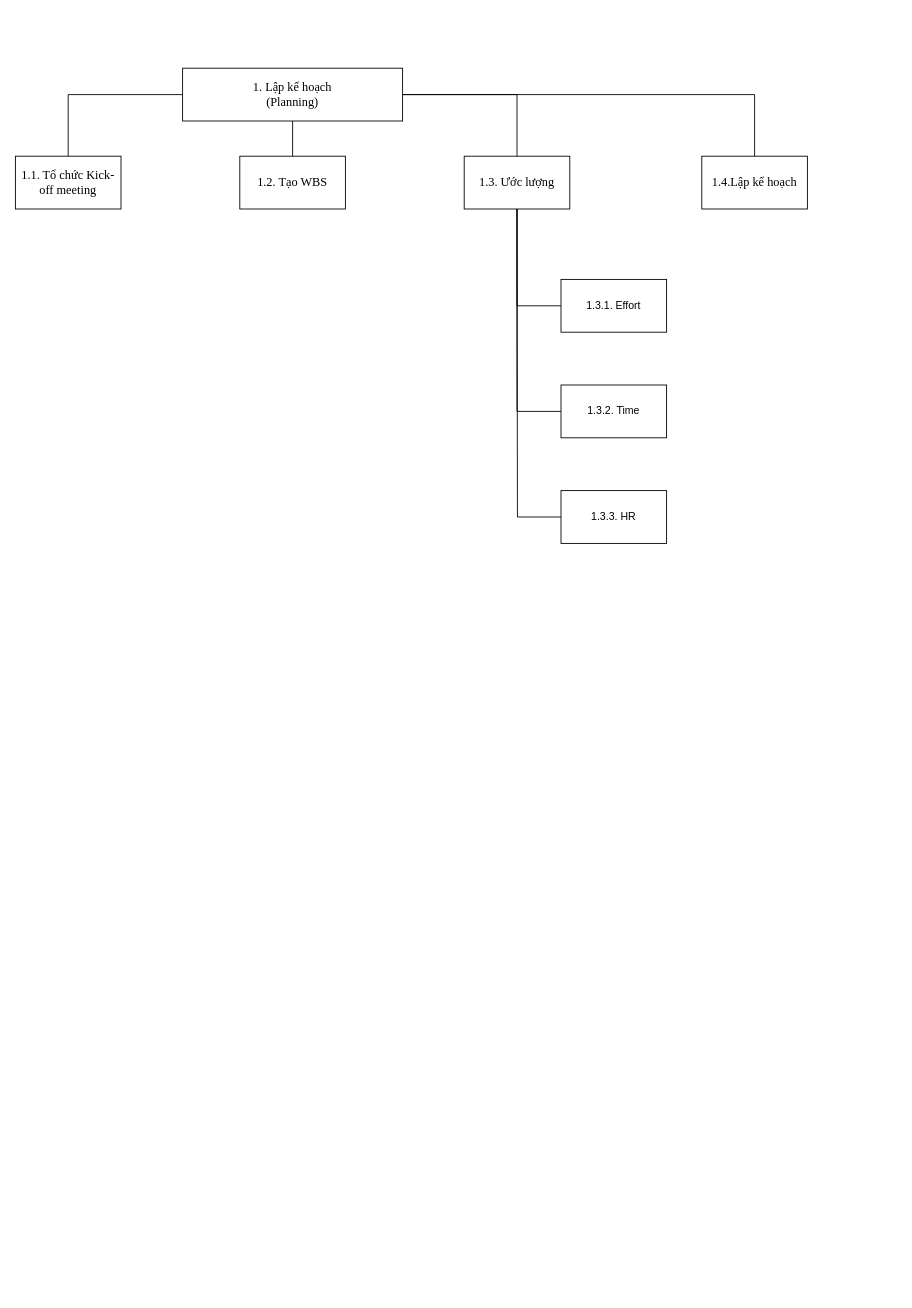
Before: page "Planning" (1 of 6) of WBS Library Official.drawio in MinhNgoc61021/PM, a draw.io diagram. Source tidied: cells renumbered, new cells numbered last; positions are measured from the earlier drawing's top-left corner, leaving out a move shared by most shapes. Both pictures are drawn from the tidied source at 88%, with x=0, y=0 at pixel (15, 68).
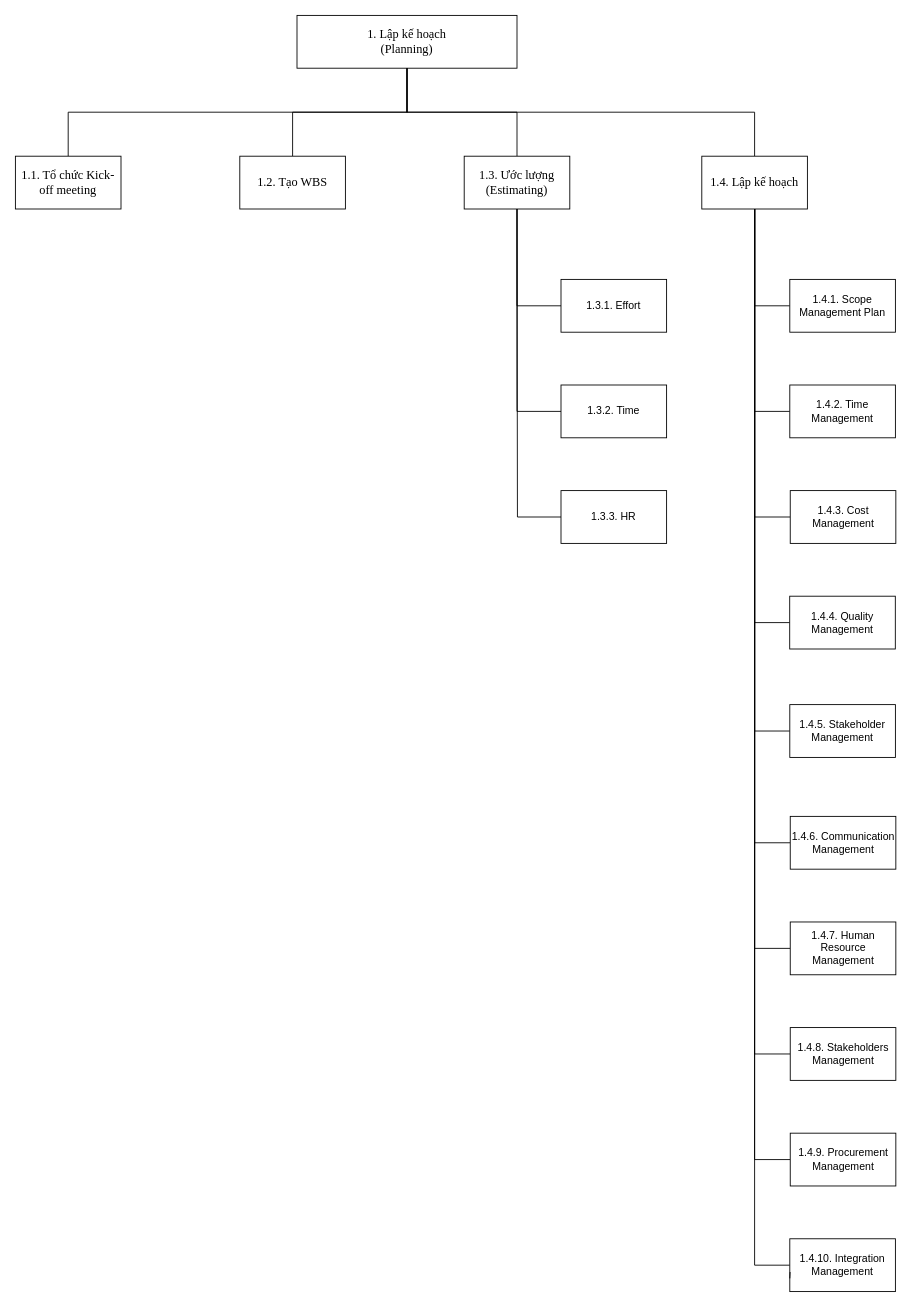
Above is the later version.

Unchanged cells that the change refers to:
```xml
<mxCell id="4" value="1.1. Tổ chức Kick-off meeting" style="rounded=0;whiteSpace=wrap;html=1;fontFamily=Times New Roman;fontSize=14;fontStyle=0;fontColor=#000000;" parent="1" vertex="1">
  <mxGeometry y="100" width="120" height="60" as="geometry" />
</mxCell>
<mxCell id="7" value="1.2. Tạo WBS" style="rounded=0;whiteSpace=wrap;html=1;fontFamily=Times New Roman;fontSize=14;fontStyle=0;fontColor=#000000;" parent="1" vertex="1">
  <mxGeometry x="255" y="100" width="120" height="60" as="geometry" />
</mxCell>
```

Diff of the diagram source:
```diff
@@
     <mxCell id="2" value="1. Lập kế hoạch&lt;br style=&quot;font-size: 14px&quot;&gt;(Planning)" style="rounded=0;whiteSpace=wrap;html=1;fontFamily=Times New Roman;fontSize=14;fontStyle=0;fontColor=#000000;" parent="1" vertex="1">
-      <mxGeometry x="190" width="250" height="60" as="geometry" />
+      <mxGeometry x="320" y="-60" width="250" height="60" as="geometry" />
     </mxCell>
-    <mxCell id="3" style="endArrow=none;html=1;entryX=0;entryY=0.5;entryDx=0;entryDy=0;exitX=0.5;exitY=0;exitDx=0;exitDy=0;rounded=0;fontFamily=Times New Roman;fontSize=14;fontStyle=0;fontColor=#000000;" parent="1" edge="1" source="4" target="2">
-      <mxGeometry relative="1" as="geometry">
-        <Array as="points">
-          <mxPoint x="60" y="30" />
-        </Array>
-      </mxGeometry>
+    <mxCell id="3" style="edgeStyle=orthogonalEdgeStyle;rounded=0;jettySize=auto;html=1;exitX=0.5;exitY=0;exitDx=0;exitDy=0;entryX=0.5;entryY=1;entryDx=0;entryDy=0;endArrow=none;endFill=0;" parent="1" edge="1" source="4" target="2">
+      <mxGeometry relative="1" as="geometry" />
     </mxCell>
@@
+    <mxCell id="6" style="edgeStyle=orthogonalEdgeStyle;rounded=0;jettySize=auto;html=1;exitX=0.5;exitY=0;exitDx=0;exitDy=0;endArrow=none;endFill=0;entryX=0.5;entryY=1;entryDx=0;entryDy=0;" parent="1" edge="1" source="5" target="2">
+      <mxGeometry relative="1" as="geometry" />
+    </mxCell>
-    <mxCell id="5" value="1.3. Ước lượng" style="rounded=0;whiteSpace=wrap;html=1;fontFamily=Times New Roman;fontSize=14;fontStyle=0;fontColor=#000000;" parent="1" vertex="1">
+    <mxCell id="5" value="1.3. Ước lượng&lt;br&gt;(Estimating)" style="rounded=0;whiteSpace=wrap;html=1;fontFamily=Times New Roman;fontSize=14;fontStyle=0;fontColor=#000000;" parent="1" vertex="1">
       <mxGeometry x="510" y="100" width="120" height="60" as="geometry" />
     </mxCell>
-    <mxCell id="6" style="endArrow=none;html=1;strokeColor=#000000;entryX=1;entryY=0.5;entryDx=0;entryDy=0;exitX=0.5;exitY=0;exitDx=0;exitDy=0;rounded=0;fontFamily=Times New Roman;fontSize=14;fontStyle=0;fontColor=#000000;" parent="1" edge="1" source="5" target="2">
-      <mxGeometry relative="1" as="geometry">
-        <Array as="points">
-          <mxPoint x="570" y="30" />
-        </Array>
-      </mxGeometry>
-    </mxCell>
+    <mxCell id="8" style="edgeStyle=orthogonalEdgeStyle;rounded=0;jettySize=auto;html=1;exitX=0.5;exitY=0;exitDx=0;exitDy=0;entryX=0.5;entryY=1;entryDx=0;entryDy=0;endArrow=none;endFill=0;" parent="1" edge="1" source="7" target="2">
+      <mxGeometry relative="1" as="geometry" />
+    </mxCell>
@@
-    <mxCell id="8" style="endArrow=none;html=1;strokeColor=#000000;entryX=0.5;entryY=1;entryDx=0;entryDy=0;fontFamily=Times New Roman;fontSize=14;fontStyle=0;fontColor=#000000;" parent="1" edge="1" source="7" target="2">
-      <mxGeometry relative="1" as="geometry" />
-    </mxCell>
@@
-    <mxCell id="15" style="edgeStyle=orthogonalEdgeStyle;rounded=0;jettySize=auto;html=1;exitX=0.5;exitY=0;exitDx=0;exitDy=0;entryX=1;entryY=0.5;entryDx=0;entryDy=0;endArrow=none;endFill=0;fontFamily=Times New Roman;fontSize=13;" parent="1" edge="1" source="16" target="2">
+    <mxCell id="15" style="edgeStyle=orthogonalEdgeStyle;rounded=0;jettySize=auto;html=1;exitX=0.5;exitY=0;exitDx=0;exitDy=0;entryX=0.5;entryY=1;entryDx=0;entryDy=0;endArrow=none;endFill=0;" parent="1" edge="1" source="16" target="2">
       <mxGeometry relative="1" as="geometry" />
     </mxCell>
-    <mxCell id="16" value="1.4.Lập kế hoạch" style="rounded=0;whiteSpace=wrap;html=1;fontFamily=Times New Roman;fontSize=14;fontStyle=0;fontColor=#000000;" parent="1" vertex="1">
+    <mxCell id="16" value="1.4. Lập kế hoạch" style="rounded=0;whiteSpace=wrap;html=1;fontFamily=Times New Roman;fontSize=14;fontStyle=0;fontColor=#000000;" parent="1" vertex="1">
       <mxGeometry x="780" y="100" width="120" height="60" as="geometry" />
     </mxCell>
+    <mxCell id="17" style="edgeStyle=orthogonalEdgeStyle;rounded=0;jettySize=auto;html=1;exitX=0;exitY=0.5;exitDx=0;exitDy=0;endArrow=none;endFill=0;entryX=0.5;entryY=1;entryDx=0;entryDy=0;" parent="1" edge="1" source="18" target="16">
+      <mxGeometry relative="1" as="geometry" />
+    </mxCell>
+    <mxCell id="18" value="1.4.5. Stakeholder Management" style="rounded=0;whiteSpace=wrap;html=1;" parent="1" vertex="1">
+      <mxGeometry x="880" y="723.2" width="120" height="60" as="geometry" />
+    </mxCell>
+    <mxCell id="19" style="edgeStyle=orthogonalEdgeStyle;rounded=0;jettySize=auto;html=1;exitX=0;exitY=0.5;exitDx=0;exitDy=0;entryX=0.5;entryY=1;entryDx=0;entryDy=0;endArrow=none;endFill=0;" parent="1" edge="1" source="20" target="16">
+      <mxGeometry relative="1" as="geometry" />
+    </mxCell>
+    <mxCell id="20" value="1.4.4. Quality Management" style="rounded=0;whiteSpace=wrap;html=1;" parent="1" vertex="1">
+      <mxGeometry x="879.9" y="600" width="120" height="60" as="geometry" />
+    </mxCell>
+    <mxCell id="21" style="edgeStyle=orthogonalEdgeStyle;rounded=0;jettySize=auto;html=1;exitX=0;exitY=0.5;exitDx=0;exitDy=0;entryX=0.5;entryY=1;entryDx=0;entryDy=0;endArrow=none;endFill=0;" parent="1" edge="1" source="22" target="16">
+      <mxGeometry relative="1" as="geometry" />
+    </mxCell>
+    <mxCell id="22" value="1.4.3. Cost Management" style="rounded=0;whiteSpace=wrap;html=1;" parent="1" vertex="1">
+      <mxGeometry x="880.5" y="480" width="120" height="60" as="geometry" />
+    </mxCell>
+    <mxCell id="23" style="edgeStyle=orthogonalEdgeStyle;rounded=0;jettySize=auto;html=1;exitX=0;exitY=0.5;exitDx=0;exitDy=0;entryX=0.5;entryY=1;entryDx=0;entryDy=0;endArrow=none;endFill=0;" parent="1" edge="1" source="24" target="16">
+      <mxGeometry relative="1" as="geometry" />
+    </mxCell>
+    <mxCell id="24" value="1.4.1. Scope Management Plan" style="rounded=0;whiteSpace=wrap;html=1;" parent="1" vertex="1">
+      <mxGeometry x="880" y="240" width="120" height="60" as="geometry" />
+    </mxCell>
+    <mxCell id="25" style="edgeStyle=orthogonalEdgeStyle;rounded=0;jettySize=auto;html=1;exitX=0;exitY=0.5;exitDx=0;exitDy=0;endArrow=none;endFill=0;entryX=0.5;entryY=1;entryDx=0;entryDy=0;" parent="1" edge="1" source="26" target="16">
+      <mxGeometry relative="1" as="geometry" />
+    </mxCell>
+    <mxCell id="26" value="1.4.2. Time Management" style="rounded=0;whiteSpace=wrap;html=1;" parent="1" vertex="1">
+      <mxGeometry x="880" y="360" width="120" height="60" as="geometry" />
+    </mxCell>
+    <mxCell id="27" style="edgeStyle=orthogonalEdgeStyle;rounded=0;jettySize=auto;html=1;exitX=0;exitY=0.5;exitDx=0;exitDy=0;entryX=0.5;entryY=1;entryDx=0;entryDy=0;endArrow=none;endFill=0;" parent="1" edge="1" source="28" target="16">
+      <mxGeometry relative="1" as="geometry" />
+    </mxCell>
+    <mxCell id="28" value="1.4.6. Communication Management" style="rounded=0;whiteSpace=wrap;html=1;" parent="1" vertex="1">
+      <mxGeometry x="880.5" y="850.2" width="120" height="60" as="geometry" />
+    </mxCell>
+    <mxCell id="29" style="edgeStyle=orthogonalEdgeStyle;rounded=0;jettySize=auto;html=1;exitX=0;exitY=0.5;exitDx=0;exitDy=0;entryX=0.5;entryY=1;entryDx=0;entryDy=0;endArrow=none;endFill=0;" parent="1" edge="1" source="30" target="16">
+      <mxGeometry relative="1" as="geometry" />
+    </mxCell>
+    <mxCell id="30" value="1.4.8. Stakeholders Management" style="rounded=0;whiteSpace=wrap;html=1;" parent="1" vertex="1">
+      <mxGeometry x="880.5" y="1090.2" width="120" height="60" as="geometry" />
+    </mxCell>
+    <mxCell id="31" style="edgeStyle=orthogonalEdgeStyle;rounded=0;jettySize=auto;html=1;exitX=0;exitY=0.5;exitDx=0;exitDy=0;endArrow=none;endFill=0;entryX=0.5;entryY=1;entryDx=0;entryDy=0;" parent="1" edge="1" source="32" target="16">
+      <mxGeometry relative="1" as="geometry" />
+    </mxCell>
+    <mxCell id="32" value="1.4.7. Human Resource Management" style="rounded=0;whiteSpace=wrap;html=1;" parent="1" vertex="1">
+      <mxGeometry x="880.5" y="970.2" width="120" height="60" as="geometry" />
+    </mxCell>
+    <mxCell id="33" style="edgeStyle=orthogonalEdgeStyle;rounded=0;jettySize=auto;html=1;exitX=0;exitY=0.5;exitDx=0;exitDy=0;endArrow=none;endFill=0;" parent="1" edge="1" source="34" target="16">
+      <mxGeometry relative="1" as="geometry" />
+    </mxCell>
+    <mxCell id="34" value="1.4.10. Integration Management" style="rounded=0;whiteSpace=wrap;html=1;" parent="1" vertex="1">
+      <mxGeometry x="880" y="1330.2" width="120" height="60" as="geometry" />
+    </mxCell>
+    <mxCell id="35" style="edgeStyle=orthogonalEdgeStyle;rounded=0;jettySize=auto;html=1;exitX=0;exitY=0.5;exitDx=0;exitDy=0;endArrow=none;endFill=0;entryX=0.5;entryY=1;entryDx=0;entryDy=0;" parent="1" edge="1" source="36" target="16">
+      <mxGeometry relative="1" as="geometry" />
+    </mxCell>
+    <mxCell id="36" value="1.4.9. Procurement Management" style="rounded=0;whiteSpace=wrap;html=1;" parent="1" vertex="1">
+      <mxGeometry x="880.5" y="1210.2" width="120" height="60" as="geometry" />
+    </mxCell>
+    <mxCell id="37" style="edgeStyle=orthogonalEdgeStyle;rounded=0;orthogonalLoop=1;jettySize=auto;html=1;exitX=0;exitY=0.75;exitDx=0;exitDy=0;entryX=0.003;entryY=0.63;entryDx=0;entryDy=0;entryPerimeter=0;endArrow=none;endFill=0;" parent="1" edge="1" source="34" target="34">
+      <mxGeometry relative="1" as="geometry" />
+    </mxCell>
```
